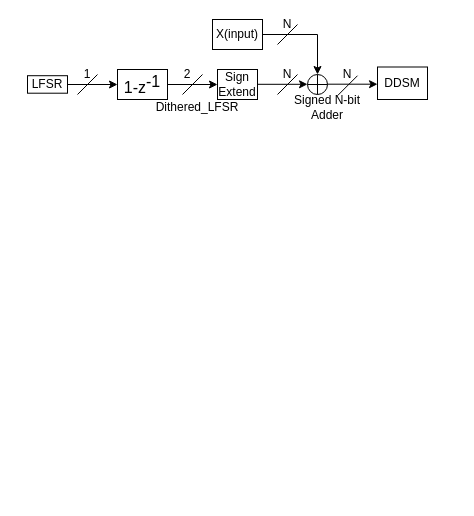
The draw.io diagram Untitled Diagram.drawio in CodeWithManojkumar/ADCs, before the edit. Source tidied: cells renumbered, new cells numbered last; positions are measured from the earlier drawing's top-left corner, leaving out a move shared by most shapes. Both pictures are drawn from the tidied source at 100%, with x=0, y=0 at pixel (27, 19).
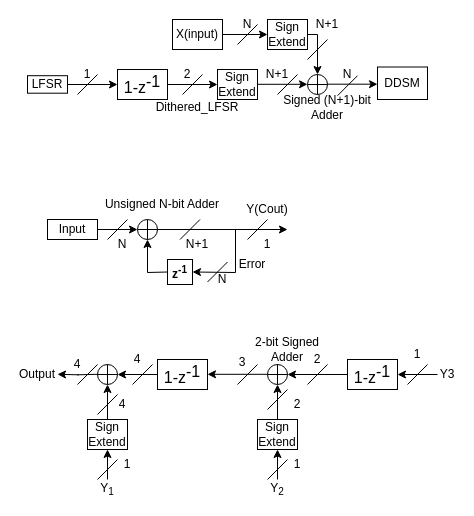
Above is the later version.

The change refers to these unchanged cells:
```xml
<mxCell id="12" style="verticalLabelPosition=bottom;verticalAlign=top;html=1;shape=mxgraph.flowchart.summing_function;" parent="1" vertex="1">
  <mxGeometry x="280" y="55" width="20" height="20" as="geometry" />
</mxCell>
```

What changed in the source:
```diff
@@
     <mxCell id="14" value="&lt;font face=&quot;palatino&quot;&gt;X(input)&lt;/font&gt;" style="rounded=0;whiteSpace=wrap;html=1;" parent="1" vertex="1">
-      <mxGeometry x="185" width="50" height="30" as="geometry" />
+      <mxGeometry x="145" width="50" height="30" as="geometry" />
     </mxCell>
-    <mxCell id="15" style="endArrow=classic;html=1;rounded=0;exitX=1;exitY=0.5;exitDx=0;exitDy=0;entryX=0.5;entryY=0;entryDx=0;entryDy=0;entryPerimeter=0;" parent="1" edge="1" source="14" target="12">
-      <mxGeometry relative="1" as="geometry">
-        <Array as="points">
-          <mxPoint x="290" y="15" />
-        </Array>
-      </mxGeometry>
-    </mxCell>
@@
     <mxCell id="17" style="endArrow=none;html=1;rounded=0;" parent="1" edge="1">
       <mxGeometry relative="1" as="geometry">
-        <mxPoint x="250" y="25" as="sourcePoint" />
-        <mxPoint x="270" y="5" as="targetPoint" />
+        <mxPoint x="210" y="25" as="sourcePoint" />
+        <mxPoint x="230" y="5" as="targetPoint" />
       </mxGeometry>
     </mxCell>
-    <mxCell id="18" value="&lt;font face=&quot;palatino&quot;&gt;N&lt;/font&gt;" style="text;strokeColor=none;align=center;fillColor=none;html=1;verticalAlign=middle;whiteSpace=wrap;rounded=0;" parent="1" vertex="1">
-      <mxGeometry x="250" y="50" width="20" height="10" as="geometry" />
+    <mxCell id="18" value="&lt;font face=&quot;palatino&quot;&gt;N+1&lt;/font&gt;" style="text;strokeColor=none;align=center;fillColor=none;html=1;verticalAlign=middle;whiteSpace=wrap;rounded=0;" parent="1" vertex="1">
+      <mxGeometry x="240" y="50" width="20" height="10" as="geometry" />
     </mxCell>
     <mxCell id="19" value="&lt;font face=&quot;palatino&quot;&gt;N&lt;/font&gt;" style="text;strokeColor=none;align=center;fillColor=none;html=1;verticalAlign=middle;whiteSpace=wrap;rounded=0;" parent="1" vertex="1">
-      <mxGeometry x="250" width="20" height="10" as="geometry" />
+      <mxGeometry x="210" width="20" height="10" as="geometry" />
     </mxCell>
-    <mxCell id="20" value="&lt;font face=&quot;palatino&quot;&gt;Signed N-bit Adder&lt;/font&gt;" style="text;strokeColor=none;align=center;fillColor=none;html=1;verticalAlign=middle;whiteSpace=wrap;rounded=0;" parent="1" vertex="1">
-      <mxGeometry x="250" y="72.5" width="100" height="30" as="geometry" />
+    <mxCell id="20" value="&lt;font face=&quot;palatino&quot;&gt;Signed (N+1)-bit Adder&lt;/font&gt;" style="text;strokeColor=none;align=center;fillColor=none;html=1;verticalAlign=middle;whiteSpace=wrap;rounded=0;" parent="1" vertex="1">
+      <mxGeometry x="240" y="72.5" width="120" height="30" as="geometry" />
     </mxCell>
@@
+    <mxCell id="25" value="&lt;font face=&quot;palatino&quot;&gt;Sign Extend&lt;/font&gt;" style="rounded=0;whiteSpace=wrap;html=1;" parent="1" vertex="1">
+      <mxGeometry x="240" width="40" height="30" as="geometry" />
+    </mxCell>
+    <mxCell id="26" style="edgeStyle=orthogonalEdgeStyle;rounded=0;jettySize=auto;html=1;entryX=0.5;entryY=0;entryDx=0;entryDy=0;entryPerimeter=0;exitX=1;exitY=0.5;exitDx=0;exitDy=0;" parent="1" edge="1" source="25" target="12">
+      <mxGeometry relative="1" as="geometry">
+        <Array as="points">
+          <mxPoint x="290" y="15" />
+        </Array>
+      </mxGeometry>
+    </mxCell>
+    <mxCell id="27" style="endArrow=classic;html=1;rounded=0;exitX=1;exitY=0.5;exitDx=0;exitDy=0;entryX=0;entryY=0.5;entryDx=0;entryDy=0;" parent="1" edge="1" source="14" target="25">
+      <mxGeometry relative="1" as="geometry" />
+    </mxCell>
+    <mxCell id="28" style="endArrow=none;html=1;rounded=0;" parent="1" edge="1">
+      <mxGeometry relative="1" as="geometry">
+        <mxPoint x="280" y="40" as="sourcePoint" />
+        <mxPoint x="300" y="20" as="targetPoint" />
+      </mxGeometry>
+    </mxCell>
+    <mxCell id="29" value="&lt;font face=&quot;palatino&quot;&gt;N+1&lt;/font&gt;" style="text;strokeColor=none;align=center;fillColor=none;html=1;verticalAlign=middle;whiteSpace=wrap;rounded=0;" parent="1" vertex="1">
+      <mxGeometry x="290" width="20" height="10" as="geometry" />
+    </mxCell>
+    <mxCell id="30" value="&lt;span style=&quot;font-family: &amp;quot;Cambria Math&amp;quot;; font-weight: bold;&quot;&gt;z&lt;sup&gt;-1&lt;/sup&gt;&lt;/span&gt;" style="whiteSpace=wrap;html=1;" parent="1" vertex="1">
+      <mxGeometry x="140" y="240" width="25" height="25" as="geometry" />
+    </mxCell>
+    <mxCell id="31" style="verticalLabelPosition=bottom;verticalAlign=top;html=1;shape=mxgraph.flowchart.summing_function;" parent="1" vertex="1">
+      <mxGeometry x="110" y="200" width="20" height="20" as="geometry" />
+    </mxCell>
+    <mxCell id="32" style="endArrow=classic;html=1;rounded=0;entryX=0;entryY=0.5;entryDx=0;entryDy=0;entryPerimeter=0;" parent="1" edge="1" target="31">
+      <mxGeometry relative="1" as="geometry">
+        <mxPoint x="70" y="210" as="sourcePoint" />
+      </mxGeometry>
+    </mxCell>
+    <mxCell id="33" style="endArrow=classic;html=1;rounded=0;exitX=1;exitY=0.5;exitDx=0;exitDy=0;exitPerimeter=0;" parent="1" edge="1" source="31">
+      <mxGeometry relative="1" as="geometry">
+        <mxPoint x="260" y="210" as="targetPoint" />
+      </mxGeometry>
+    </mxCell>
+    <mxCell id="34" style="endArrow=classic;html=1;rounded=0;entryX=1;entryY=0.5;entryDx=0;entryDy=0;" parent="1" edge="1" target="30">
+      <mxGeometry relative="1" as="geometry">
+        <mxPoint x="208" y="210" as="sourcePoint" />
+        <Array as="points">
+          <mxPoint x="208" y="253" />
+        </Array>
+      </mxGeometry>
+    </mxCell>
+    <mxCell id="35" style="endArrow=classic;html=1;rounded=0;entryX=0.5;entryY=1;entryDx=0;entryDy=0;entryPerimeter=0;exitX=0;exitY=0.5;exitDx=0;exitDy=0;" parent="1" edge="1" source="30" target="31">
+      <mxGeometry relative="1" as="geometry">
+        <Array as="points">
+          <mxPoint x="120" y="253" />
+        </Array>
+      </mxGeometry>
+    </mxCell>
+    <mxCell id="36" style="endArrow=none;html=1;rounded=0;" parent="1" edge="1">
+      <mxGeometry relative="1" as="geometry">
+        <mxPoint x="80" y="220" as="sourcePoint" />
+        <mxPoint x="100" y="200" as="targetPoint" />
+      </mxGeometry>
+    </mxCell>
+    <mxCell id="37" style="endArrow=none;html=1;rounded=0;" parent="1" edge="1">
+      <mxGeometry relative="1" as="geometry">
+        <mxPoint x="180" y="262.5" as="sourcePoint" />
+        <mxPoint x="200" y="242.5" as="targetPoint" />
+      </mxGeometry>
+    </mxCell>
+    <mxCell id="38" style="endArrow=none;html=1;rounded=0;" parent="1" edge="1">
+      <mxGeometry relative="1" as="geometry">
+        <mxPoint x="152.5" y="220" as="sourcePoint" />
+        <mxPoint x="172.5" y="200" as="targetPoint" />
+      </mxGeometry>
+    </mxCell>
+    <mxCell id="39" style="endArrow=none;html=1;rounded=0;" parent="1" edge="1">
+      <mxGeometry relative="1" as="geometry">
+        <mxPoint x="220" y="220" as="sourcePoint" />
+        <mxPoint x="240" y="200" as="targetPoint" />
+      </mxGeometry>
+    </mxCell>
+    <mxCell id="40" value="&lt;font face=&quot;palatino&quot;&gt;N&lt;/font&gt;" style="text;strokeColor=none;align=center;fillColor=none;html=1;verticalAlign=middle;whiteSpace=wrap;rounded=0;" parent="1" vertex="1">
+      <mxGeometry x="90" y="220" width="10" height="10" as="geometry" />
+    </mxCell>
+    <mxCell id="41" value="&lt;font face=&quot;palatino&quot;&gt;N&lt;/font&gt;" style="text;strokeColor=none;align=center;fillColor=none;html=1;verticalAlign=middle;whiteSpace=wrap;rounded=0;" parent="1" vertex="1">
+      <mxGeometry x="185" y="255" width="20" height="10" as="geometry" />
+    </mxCell>
+    <mxCell id="42" value="&lt;font face=&quot;palatino&quot;&gt;N+1&lt;/font&gt;" style="text;strokeColor=none;align=center;fillColor=none;html=1;verticalAlign=middle;whiteSpace=wrap;rounded=0;" parent="1" vertex="1">
+      <mxGeometry x="160" y="220" width="20" height="10" as="geometry" />
+    </mxCell>
+    <mxCell id="43" value="&lt;font face=&quot;palatino&quot;&gt;1&lt;/font&gt;" style="text;strokeColor=none;align=center;fillColor=none;html=1;verticalAlign=middle;whiteSpace=wrap;rounded=0;" parent="1" vertex="1">
+      <mxGeometry x="230" y="220" width="20" height="10" as="geometry" />
+    </mxCell>
+    <mxCell id="44" value="&lt;font face=&quot;palatino&quot;&gt;Input&lt;/font&gt;" style="rounded=0;whiteSpace=wrap;html=1;" parent="1" vertex="1">
+      <mxGeometry x="20" y="200" width="50" height="20" as="geometry" />
+    </mxCell>
+    <mxCell id="45" value="&lt;font face=&quot;palatino&quot;&gt;Unsigned N-bit Adder&lt;/font&gt;" style="text;strokeColor=none;align=center;fillColor=none;html=1;verticalAlign=middle;whiteSpace=wrap;rounded=0;" parent="1" vertex="1">
+      <mxGeometry x="75" y="170" width="120" height="30" as="geometry" />
+    </mxCell>
+    <mxCell id="46" value="&lt;font face=&quot;palatino&quot;&gt;Y(Cout)&lt;/font&gt;" style="text;strokeColor=none;align=center;fillColor=none;html=1;verticalAlign=middle;whiteSpace=wrap;rounded=0;" parent="1" vertex="1">
+      <mxGeometry x="220" y="180" width="40" height="20" as="geometry" />
+    </mxCell>
+    <mxCell id="47" value="&lt;font face=&quot;palatino&quot;&gt;Error&lt;/font&gt;" style="text;strokeColor=none;align=center;fillColor=none;html=1;verticalAlign=middle;whiteSpace=wrap;rounded=0;" parent="1" vertex="1">
+      <mxGeometry x="210" y="240" width="30" height="10" as="geometry" />
+    </mxCell>
+    <mxCell id="48" value="&lt;span style=&quot;font-family: &amp;quot;Cambria Math&amp;quot;; font-size: 16px;&quot;&gt;1-z&lt;sup style=&quot;font-size: 16px;&quot;&gt;-1&lt;/sup&gt;&lt;/span&gt;" style="rounded=0;whiteSpace=wrap;html=1;fontSize=16;fontStyle=0;" parent="1" vertex="1">
+      <mxGeometry x="320" y="340" width="50" height="30" as="geometry" />
+    </mxCell>
+    <mxCell id="49" style="endArrow=classic;html=1;rounded=0;entryX=1;entryY=0.5;entryDx=0;entryDy=0;" parent="1" edge="1" target="48">
+      <mxGeometry relative="1" as="geometry">
+        <mxPoint x="410" y="355" as="sourcePoint" />
+      </mxGeometry>
+    </mxCell>
+    <mxCell id="50" style="endArrow=none;html=1;rounded=0;" parent="1" edge="1">
+      <mxGeometry relative="1" as="geometry">
+        <mxPoint x="380" y="365" as="sourcePoint" />
+        <mxPoint x="400" y="345" as="targetPoint" />
+      </mxGeometry>
+    </mxCell>
+    <mxCell id="51" value="&lt;font face=&quot;palatino&quot;&gt;Y3&lt;/font&gt;" style="text;strokeColor=none;align=center;fillColor=none;html=1;verticalAlign=middle;whiteSpace=wrap;rounded=0;" parent="1" vertex="1">
+      <mxGeometry x="410" y="350" width="20" height="10" as="geometry" />
+    </mxCell>
+    <mxCell id="52" value="&lt;font face=&quot;palatino&quot;&gt;1&lt;/font&gt;" style="text;strokeColor=none;align=center;fillColor=none;html=1;verticalAlign=middle;whiteSpace=wrap;rounded=0;" parent="1" vertex="1">
+      <mxGeometry x="380" y="330" width="20" height="10" as="geometry" />
+    </mxCell>
+    <mxCell id="53" style="verticalLabelPosition=bottom;verticalAlign=top;html=1;shape=mxgraph.flowchart.summing_function;" parent="1" vertex="1">
+      <mxGeometry x="240" y="345" width="20" height="20" as="geometry" />
+    </mxCell>
+    <mxCell id="54" style="edgeStyle=orthogonalEdgeStyle;rounded=0;jettySize=auto;html=1;entryX=1;entryY=0.5;entryDx=0;entryDy=0;entryPerimeter=0;" parent="1" edge="1" source="48" target="53">
+      <mxGeometry relative="1" as="geometry" />
+    </mxCell>
+    <mxCell id="55" style="endArrow=none;html=1;rounded=0;" parent="1" edge="1">
+      <mxGeometry relative="1" as="geometry">
+        <mxPoint x="280" y="365" as="sourcePoint" />
+        <mxPoint x="300" y="345" as="targetPoint" />
+      </mxGeometry>
+    </mxCell>
+    <mxCell id="56" value="&lt;font face=&quot;palatino&quot;&gt;2&lt;/font&gt;" style="text;strokeColor=none;align=center;fillColor=none;html=1;verticalAlign=middle;whiteSpace=wrap;rounded=0;" parent="1" vertex="1">
+      <mxGeometry x="280" y="335" width="20" height="10" as="geometry" />
+    </mxCell>
+    <mxCell id="57" value="&lt;font face=&quot;palatino&quot;&gt;Sign Extend&lt;/font&gt;" style="rounded=0;whiteSpace=wrap;html=1;" parent="1" vertex="1">
+      <mxGeometry x="230" y="400" width="40" height="30" as="geometry" />
+    </mxCell>
+    <mxCell id="58" style="edgeStyle=orthogonalEdgeStyle;rounded=0;jettySize=auto;html=1;entryX=0.5;entryY=1;entryDx=0;entryDy=0;entryPerimeter=0;" parent="1" edge="1" source="57" target="53">
+      <mxGeometry relative="1" as="geometry" />
+    </mxCell>
+    <mxCell id="59" style="endArrow=none;html=1;rounded=0;" parent="1" edge="1">
+      <mxGeometry relative="1" as="geometry">
+        <mxPoint x="240" y="390" as="sourcePoint" />
+        <mxPoint x="260" y="370" as="targetPoint" />
+      </mxGeometry>
+    </mxCell>
+    <mxCell id="60" value="&lt;font face=&quot;palatino&quot;&gt;2&lt;/font&gt;" style="text;strokeColor=none;align=center;fillColor=none;html=1;verticalAlign=middle;whiteSpace=wrap;rounded=0;" parent="1" vertex="1">
+      <mxGeometry x="260" y="380" width="20" height="10" as="geometry" />
+    </mxCell>
+    <mxCell id="61" style="endArrow=classic;html=1;rounded=0;entryX=0.5;entryY=1;entryDx=0;entryDy=0;" parent="1" edge="1" target="57">
+      <mxGeometry relative="1" as="geometry">
+        <mxPoint x="250" y="460" as="sourcePoint" />
+      </mxGeometry>
+    </mxCell>
+    <mxCell id="62" style="endArrow=none;html=1;rounded=0;" parent="1" edge="1">
+      <mxGeometry relative="1" as="geometry">
+        <mxPoint x="240" y="460" as="sourcePoint" />
+        <mxPoint x="260" y="440" as="targetPoint" />
+      </mxGeometry>
+    </mxCell>
+    <mxCell id="63" value="&lt;font face=&quot;palatino&quot;&gt;1&lt;/font&gt;" style="text;strokeColor=none;align=center;fillColor=none;html=1;verticalAlign=middle;whiteSpace=wrap;rounded=0;" parent="1" vertex="1">
+      <mxGeometry x="260" y="440" width="20" height="10" as="geometry" />
+    </mxCell>
+    <mxCell id="64" value="&lt;font face=&quot;palatino&quot;&gt;2-bit Signed Adder&lt;/font&gt;" style="text;strokeColor=none;align=center;fillColor=none;html=1;verticalAlign=middle;whiteSpace=wrap;rounded=0;" parent="1" vertex="1">
+      <mxGeometry x="220" y="315" width="80" height="30" as="geometry" />
+    </mxCell>
+    <mxCell id="65" style="edgeStyle=orthogonalEdgeStyle;rounded=0;orthogonalLoop=1;jettySize=auto;html=1;entryX=1;entryY=0.5;entryDx=0;entryDy=0;entryPerimeter=0;" parent="1" edge="1">
+      <mxGeometry relative="1" as="geometry">
+        <mxPoint x="240" y="354.8" as="sourcePoint" />
+        <mxPoint x="180" y="354.8" as="targetPoint" />
+      </mxGeometry>
+    </mxCell>
+    <mxCell id="66" style="endArrow=none;html=1;rounded=0;" parent="1" edge="1">
+      <mxGeometry relative="1" as="geometry">
+        <mxPoint x="210" y="365" as="sourcePoint" />
+        <mxPoint x="230" y="345" as="targetPoint" />
+      </mxGeometry>
+    </mxCell>
+    <mxCell id="67" value="&lt;font face=&quot;palatino&quot;&gt;3&lt;/font&gt;" style="text;strokeColor=none;align=center;fillColor=none;html=1;verticalAlign=middle;whiteSpace=wrap;rounded=0;" parent="1" vertex="1">
+      <mxGeometry x="200" y="335" width="30" height="15" as="geometry" />
+    </mxCell>
+    <mxCell id="68" value="&lt;span style=&quot;font-family: &amp;quot;Cambria Math&amp;quot;; font-size: 16px;&quot;&gt;1-z&lt;sup style=&quot;font-size: 16px;&quot;&gt;-1&lt;/sup&gt;&lt;/span&gt;" style="rounded=0;whiteSpace=wrap;html=1;fontSize=16;fontStyle=0;" parent="1" vertex="1">
+      <mxGeometry x="130" y="340" width="50" height="30" as="geometry" />
+    </mxCell>
+    <mxCell id="69" value="&lt;font face=&quot;palatino&quot;&gt;Sign Extend&lt;/font&gt;" style="rounded=0;whiteSpace=wrap;html=1;" parent="1" vertex="1">
+      <mxGeometry x="60" y="400" width="40" height="30" as="geometry" />
+    </mxCell>
+    <mxCell id="70" style="verticalLabelPosition=bottom;verticalAlign=top;html=1;shape=mxgraph.flowchart.summing_function;" parent="1" vertex="1">
+      <mxGeometry x="70" y="345" width="20" height="20" as="geometry" />
+    </mxCell>
+    <mxCell id="71" style="edgeStyle=orthogonalEdgeStyle;rounded=0;jettySize=auto;html=1;entryX=1;entryY=0.5;entryDx=0;entryDy=0;entryPerimeter=0;" parent="1" edge="1" source="68" target="70">
+      <mxGeometry relative="1" as="geometry" />
+    </mxCell>
+    <mxCell id="72" style="edgeStyle=orthogonalEdgeStyle;rounded=0;jettySize=auto;html=1;entryX=0.5;entryY=1;entryDx=0;entryDy=0;entryPerimeter=0;" parent="1" edge="1" source="69" target="70">
+      <mxGeometry relative="1" as="geometry" />
+    </mxCell>
+    <mxCell id="73" style="endArrow=classic;html=1;rounded=0;entryX=0.5;entryY=1;entryDx=0;entryDy=0;" parent="1" edge="1">
+      <mxGeometry relative="1" as="geometry">
+        <mxPoint x="80" y="460" as="sourcePoint" />
+        <mxPoint x="80" y="430" as="targetPoint" />
+      </mxGeometry>
+    </mxCell>
+    <mxCell id="74" style="endArrow=none;html=1;rounded=0;" parent="1" edge="1">
+      <mxGeometry relative="1" as="geometry">
+        <mxPoint x="70" y="460" as="sourcePoint" />
+        <mxPoint x="90" y="440" as="targetPoint" />
+      </mxGeometry>
+    </mxCell>
+    <mxCell id="75" value="&lt;font face=&quot;palatino&quot;&gt;1&lt;/font&gt;" style="text;strokeColor=none;align=center;fillColor=none;html=1;verticalAlign=middle;whiteSpace=wrap;rounded=0;" parent="1" vertex="1">
+      <mxGeometry x="90" y="440" width="20" height="10" as="geometry" />
+    </mxCell>
+    <mxCell id="76" value="&lt;font face=&quot;palatino&quot;&gt;Y&lt;sub&gt;1&lt;/sub&gt;&lt;/font&gt;" style="text;strokeColor=none;align=center;fillColor=none;html=1;verticalAlign=middle;whiteSpace=wrap;rounded=0;" parent="1" vertex="1">
+      <mxGeometry x="70" y="465" width="20" height="10" as="geometry" />
+    </mxCell>
+    <mxCell id="77" value="&lt;font face=&quot;palatino&quot;&gt;4&lt;/font&gt;" style="text;strokeColor=none;align=center;fillColor=none;html=1;verticalAlign=middle;whiteSpace=wrap;rounded=0;" parent="1" vertex="1">
+      <mxGeometry x="85" y="380" width="20" height="10" as="geometry" />
+    </mxCell>
+    <mxCell id="78" style="endArrow=none;html=1;rounded=0;" parent="1" edge="1">
+      <mxGeometry relative="1" as="geometry">
+        <mxPoint x="70" y="395" as="sourcePoint" />
+        <mxPoint x="90" y="375" as="targetPoint" />
+      </mxGeometry>
+    </mxCell>
+    <mxCell id="79" style="endArrow=none;html=1;rounded=0;" parent="1" edge="1">
+      <mxGeometry relative="1" as="geometry">
+        <mxPoint x="105" y="365" as="sourcePoint" />
+        <mxPoint x="125" y="345" as="targetPoint" />
+      </mxGeometry>
+    </mxCell>
+    <mxCell id="80" value="&lt;font face=&quot;palatino&quot;&gt;4&lt;/font&gt;" style="text;strokeColor=none;align=center;fillColor=none;html=1;verticalAlign=middle;whiteSpace=wrap;rounded=0;" parent="1" vertex="1">
+      <mxGeometry x="100" y="335" width="20" height="10" as="geometry" />
+    </mxCell>
+    <mxCell id="81" value="&lt;font face=&quot;palatino&quot;&gt;Y&lt;sub&gt;2&lt;/sub&gt;&lt;/font&gt;" style="text;strokeColor=none;align=center;fillColor=none;html=1;verticalAlign=middle;whiteSpace=wrap;rounded=0;" parent="1" vertex="1">
+      <mxGeometry x="235" y="460" width="30" height="20" as="geometry" />
+    </mxCell>
+    <mxCell id="82" style="edgeStyle=orthogonalEdgeStyle;rounded=0;orthogonalLoop=1;jettySize=auto;html=1;entryX=1;entryY=0.5;entryDx=0;entryDy=0;entryPerimeter=0;" parent="1" edge="1">
+      <mxGeometry relative="1" as="geometry">
+        <mxPoint x="70" y="354.8" as="sourcePoint" />
+        <mxPoint x="30" y="354.8" as="targetPoint" />
+      </mxGeometry>
+    </mxCell>
+    <mxCell id="83" style="endArrow=none;html=1;rounded=0;" parent="1" edge="1">
+      <mxGeometry relative="1" as="geometry">
+        <mxPoint x="50" y="365" as="sourcePoint" />
+        <mxPoint x="70" y="345" as="targetPoint" />
+      </mxGeometry>
+    </mxCell>
+    <mxCell id="84" value="&lt;font face=&quot;palatino&quot;&gt;4&lt;/font&gt;" style="text;strokeColor=none;align=center;fillColor=none;html=1;verticalAlign=middle;whiteSpace=wrap;rounded=0;" parent="1" vertex="1">
+      <mxGeometry x="40" y="340" width="20" height="10" as="geometry" />
+    </mxCell>
+    <mxCell id="85" value="&lt;font face=&quot;palatino&quot;&gt;Output&lt;/font&gt;" style="text;strokeColor=none;align=center;fillColor=none;html=1;verticalAlign=middle;whiteSpace=wrap;rounded=0;" parent="1" vertex="1">
+      <mxGeometry x="-10" y="345" width="40" height="20" as="geometry" />
+    </mxCell>
```
